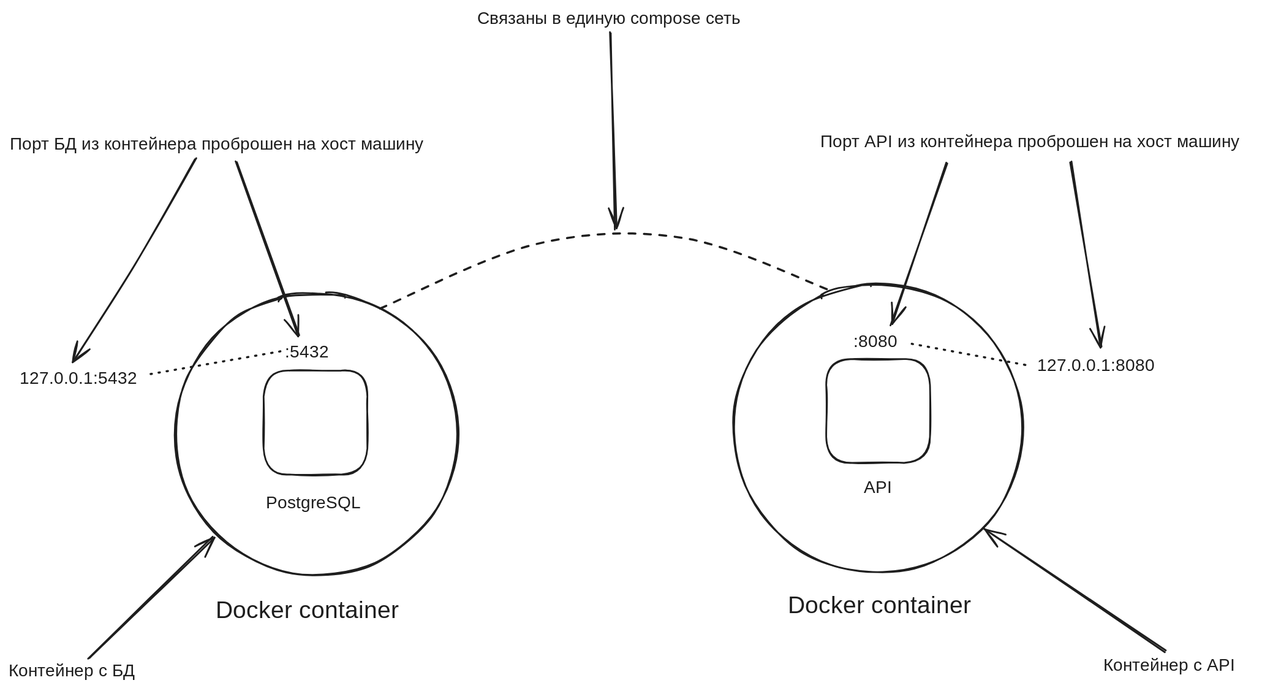
Before: docs/architecture-runtime.excalidraw.svg, a diagram exported from Excalidraw (rbx0o/go-todo-api). Source tidied: one line per element, renumbered; positions are measured from the earlier drawing's top-left corner, leaving out a move shared by most shapes. The source it was exported from:
```json
{"id": 0, "type": "ellipse", "strokeColor": "#1e1e1e", "strokeWidth": 2, "roughness": 1, "round": true, "x": 194, "y": 331, "width": 330, "height": 330}
{"id": 1, "type": "text", "text": "Docker container", "strokeColor": "#1e1e1e", "strokeWidth": 2, "roughness": 1, "fontSize": 28, "fontFamily": 5, "x": 241, "y": 686, "width": 231, "height": 35}
{"id": 2, "type": "ellipse", "strokeColor": "#1e1e1e", "strokeWidth": 2, "roughness": 1, "round": true, "x": 845, "y": 321, "width": 337, "height": 337}
{"id": 3, "type": "text", "text": "Docker container", "strokeColor": "#1e1e1e", "strokeWidth": 2, "roughness": 1, "fontSize": 28, "fontFamily": 5, "x": 908, "y": 680, "width": 231, "height": 35}
{"id": 4, "type": "text", "text": "Контейнер с БД", "strokeColor": "#1e1e1e", "strokeWidth": 2, "roughness": 1, "fontSize": 20, "fontFamily": 5, "x": 0, "y": 760, "width": 151, "height": 25}
{"id": 5, "type": "arrow", "strokeColor": "#1e1e1e", "strokeWidth": 2, "roughness": 1, "endArrowhead": "arrow", "round": true, "from": 4, "to": 0, "x": 94, "y": 757, "width": 145, "height": 141, "points": [[0, 0], [145, -141]]}
{"id": 6, "type": "text", "text": "Контейнер с API", "strokeColor": "#1e1e1e", "strokeWidth": 2, "roughness": 1, "fontSize": 20, "fontFamily": 5, "x": 1276, "y": 754, "width": 162, "height": 25}
{"id": 7, "type": "arrow", "strokeColor": "#1e1e1e", "strokeWidth": 2, "roughness": 1, "endArrowhead": "arrow", "round": true, "from": 6, "to": 2, "x": 1348, "y": 749, "width": 212, "height": 143, "points": [[0, 0], [-212, -143]]}
{"id": 8, "type": "arrow", "strokeColor": "#1e1e1e", "strokeWidth": 2, "strokeStyle": "dashed", "roughness": 1, "round": true, "from": 0, "to": 2, "x": 434, "y": 349, "width": 524, "height": 81, "points": [[0, 0], [181, -74], [354, -81], [524, -20]]}
{"id": 9, "type": "text", "text": "Связаны в единую compose сеть", "strokeColor": "#1e1e1e", "strokeWidth": 2, "strokeStyle": "dashed", "roughness": 1, "fontSize": 20, "fontFamily": 5, "x": 546, "y": 0, "width": 311, "height": 25}
{"id": 10, "type": "arrow", "strokeColor": "#1e1e1e", "strokeWidth": 2, "roughness": 1, "endArrowhead": "arrow", "round": true, "from": 9, "x": 701, "y": 29, "width": 7, "height": 228, "points": [[0, 0], [7, 228]]}
{"id": 11, "type": "rectangle", "strokeColor": "#1e1e1e", "strokeWidth": 2, "roughness": 1, "round": true, "x": 297, "y": 422, "width": 121, "height": 121}
{"id": 12, "type": "text", "text": "PostgreSQL", "strokeColor": "#1e1e1e", "strokeWidth": 2, "roughness": 1, "fontSize": 20, "fontFamily": 5, "x": 300, "y": 565, "width": 116, "height": 25}
{"id": 13, "type": "text", "text": ":5432", "strokeColor": "#1e1e1e", "strokeWidth": 2, "roughness": 1, "fontSize": 20, "fontFamily": 5, "x": 322, "y": 389, "width": 55, "height": 25}
{"id": 14, "type": "text", "text": "127.0.0.1:5432", "strokeColor": "#1e1e1e", "strokeWidth": 2, "roughness": 1, "fontSize": 20, "fontFamily": 5, "x": 12, "y": 420, "width": 139, "height": 25}
{"id": 15, "type": "arrow", "strokeColor": "#1e1e1e", "strokeWidth": 2, "strokeStyle": "dotted", "roughness": 1, "round": true, "from": 13, "to": 14, "x": 316, "y": 400, "width": 156, "height": 26, "points": [[0, 0], [-156, 26]]}
{"id": 16, "type": "text", "text": "Порт БД из контейнера проброшен на хост машину", "strokeColor": "#1e1e1e", "strokeWidth": 2, "strokeStyle": "dotted", "roughness": 1, "fontSize": 20, "fontFamily": 5, "x": 1, "y": 147, "width": 493, "height": 25}
{"id": 17, "type": "arrow", "strokeColor": "#1e1e1e", "strokeWidth": 2, "roughness": 1, "endArrowhead": "arrow", "round": true, "from": 16, "to": 14, "x": 218, "y": 176, "width": 142, "height": 236, "points": [[0, 0], [-71, 123], [-142, 236]]}
{"id": 18, "type": "arrow", "strokeColor": "#1e1e1e", "strokeWidth": 2, "roughness": 1, "endArrowhead": "arrow", "round": true, "from": 16, "to": 13, "x": 266, "y": 179, "width": 73, "height": 202, "points": [[0, 0], [73, 202]]}
{"id": 19, "type": "rectangle", "strokeColor": "#1e1e1e", "strokeWidth": 2, "roughness": 1, "round": true, "x": 953, "y": 408, "width": 121, "height": 121}
{"id": 20, "type": "text", "text": "API", "strokeColor": "#1e1e1e", "strokeWidth": 2, "roughness": 1, "fontSize": 20, "fontFamily": 5, "x": 997, "y": 547, "width": 38, "height": 25}
{"id": 21, "type": "text", "text": ":8080", "strokeColor": "#1e1e1e", "strokeWidth": 2, "roughness": 1, "fontSize": 20, "fontFamily": 5, "x": 985, "y": 377, "width": 57, "height": 25}
{"id": 22, "type": "text", "text": "127.0.0.1:8080", "strokeColor": "#1e1e1e", "strokeWidth": 2, "roughness": 1, "fontSize": 20, "fontFamily": 5, "x": 1199, "y": 405, "width": 141, "height": 25}
{"id": 23, "type": "arrow", "strokeColor": "#1e1e1e", "strokeWidth": 2, "strokeStyle": "dotted", "roughness": 1, "round": true, "from": 21, "to": 22, "x": 1052, "y": 391, "width": 135, "height": 24, "points": [[0, 0], [135, 24]]}
{"id": 24, "type": "text", "text": "Порт API из контейнера проброшен на хост машину", "strokeColor": "#1e1e1e", "strokeWidth": 2, "strokeStyle": "dotted", "roughness": 1, "fontSize": 20, "fontFamily": 5, "x": 947, "y": 144, "width": 504, "height": 25}
{"id": 25, "type": "arrow", "strokeColor": "#1e1e1e", "strokeWidth": 2, "roughness": 1, "endArrowhead": "arrow", "round": true, "from": 24, "to": 21, "x": 1094, "y": 180, "width": 65, "height": 188, "points": [[0, 0], [-65, 188]]}
{"id": 26, "type": "arrow", "strokeColor": "#1e1e1e", "strokeWidth": 2, "roughness": 1, "endArrowhead": "arrow", "round": true, "from": 24, "to": 22, "x": 1239, "y": 179, "width": 36, "height": 216, "points": [[0, 0], [36, 216]]}
```
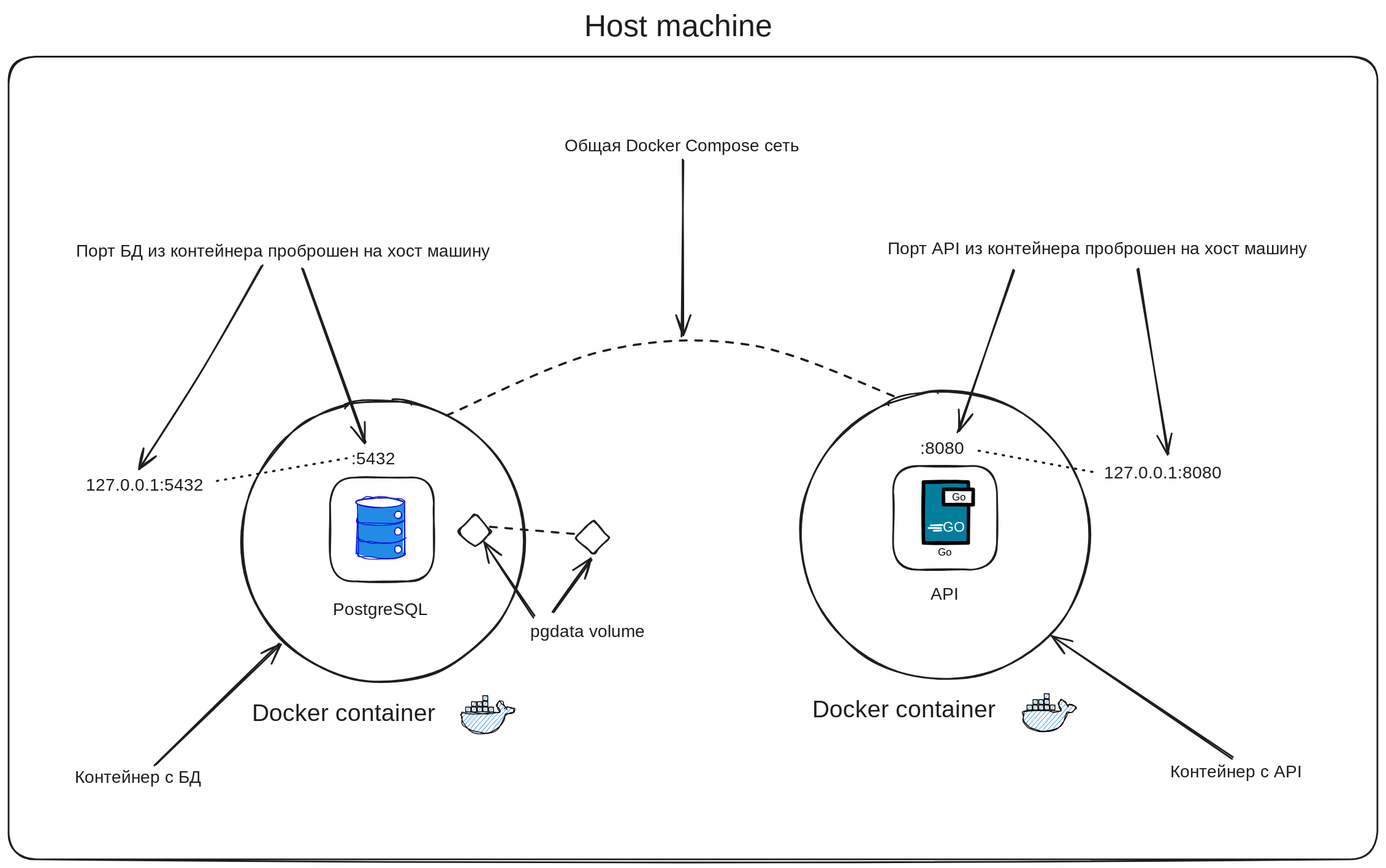
After the commit.

The edit, as a diff of the source:
```diff
@@ -1,14 +1,14 @@
 {"id": 0, "type": "ellipse", "strokeColor": "#1e1e1e", "strokeWidth": 2, "roughness": 1, "round": true, "x": 194, "y": 331, "width": 330, "height": 330}
-{"id": 1, "type": "text", "text": "Docker container", "strokeColor": "#1e1e1e", "strokeWidth": 2, "roughness": 1, "fontSize": 28, "fontFamily": 5, "x": 241, "y": 686, "width": 231, "height": 35}
+{"id": 1, "type": "text", "text": "Docker container", "strokeColor": "#1e1e1e", "strokeWidth": 2, "roughness": 1, "fontSize": 28, "fontFamily": 5, "x": 206, "y": 681, "width": 231, "height": 35}
 {"id": 2, "type": "ellipse", "strokeColor": "#1e1e1e", "strokeWidth": 2, "roughness": 1, "round": true, "x": 845, "y": 321, "width": 337, "height": 337}
-{"id": 3, "type": "text", "text": "Docker container", "strokeColor": "#1e1e1e", "strokeWidth": 2, "roughness": 1, "fontSize": 28, "fontFamily": 5, "x": 908, "y": 680, "width": 231, "height": 35}
+{"id": 3, "type": "text", "text": "Docker container", "strokeColor": "#1e1e1e", "strokeWidth": 2, "roughness": 1, "fontSize": 28, "fontFamily": 5, "x": 859, "y": 676, "width": 231, "height": 35}
 {"id": 4, "type": "text", "text": "Контейнер с БД", "strokeColor": "#1e1e1e", "strokeWidth": 2, "roughness": 1, "fontSize": 20, "fontFamily": 5, "x": 0, "y": 760, "width": 151, "height": 25}
 {"id": 5, "type": "arrow", "strokeColor": "#1e1e1e", "strokeWidth": 2, "roughness": 1, "endArrowhead": "arrow", "round": true, "from": 4, "to": 0, "x": 94, "y": 757, "width": 145, "height": 141, "points": [[0, 0], [145, -141]]}
 {"id": 6, "type": "text", "text": "Контейнер с API", "strokeColor": "#1e1e1e", "strokeWidth": 2, "roughness": 1, "fontSize": 20, "fontFamily": 5, "x": 1276, "y": 754, "width": 162, "height": 25}
 {"id": 7, "type": "arrow", "strokeColor": "#1e1e1e", "strokeWidth": 2, "roughness": 1, "endArrowhead": "arrow", "round": true, "from": 6, "to": 2, "x": 1348, "y": 749, "width": 212, "height": 143, "points": [[0, 0], [-212, -143]]}
 {"id": 8, "type": "arrow", "strokeColor": "#1e1e1e", "strokeWidth": 2, "strokeStyle": "dashed", "roughness": 1, "round": true, "from": 0, "to": 2, "x": 434, "y": 349, "width": 524, "height": 81, "points": [[0, 0], [181, -74], [354, -81], [524, -20]]}
-{"id": 9, "type": "text", "text": "Связаны в единую compose сеть", "strokeColor": "#1e1e1e", "strokeWidth": 2, "strokeStyle": "dashed", "roughness": 1, "fontSize": 20, "fontFamily": 5, "x": 546, "y": 0, "width": 311, "height": 25}
+{"id": 9, "type": "text", "text": "Общая Docker Compose сеть", "strokeColor": "#1e1e1e", "strokeWidth": 2, "strokeStyle": "dashed", "roughness": 1, "fontSize": 20, "fontFamily": 5, "x": 571, "y": 24, "width": 277, "height": 25}
-{"id": 10, "type": "arrow", "strokeColor": "#1e1e1e", "strokeWidth": 2, "roughness": 1, "endArrowhead": "arrow", "round": true, "from": 9, "x": 701, "y": 29, "width": 7, "height": 228, "points": [[0, 0], [7, 228]]}
+{"id": 10, "type": "arrow", "strokeColor": "#1e1e1e", "strokeWidth": 2, "roughness": 1, "endArrowhead": "arrow", "round": true, "from": 9, "x": 708, "y": 53, "width": 0, "height": 204, "points": [[0, 0], [0, 204]]}
 {"id": 11, "type": "rectangle", "strokeColor": "#1e1e1e", "strokeWidth": 2, "roughness": 1, "round": true, "x": 297, "y": 422, "width": 121, "height": 121}
 {"id": 12, "type": "text", "text": "PostgreSQL", "strokeColor": "#1e1e1e", "strokeWidth": 2, "roughness": 1, "fontSize": 20, "fontFamily": 5, "x": 300, "y": 565, "width": 116, "height": 25}
 {"id": 13, "type": "text", "text": ":5432", "strokeColor": "#1e1e1e", "strokeWidth": 2, "roughness": 1, "fontSize": 20, "fontFamily": 5, "x": 322, "y": 389, "width": 55, "height": 25}
@@ -25,3 +25,46 @@
 {"id": 24, "type": "text", "text": "Порт API из контейнера проброшен на хост машину", "strokeColor": "#1e1e1e", "strokeWidth": 2, "strokeStyle": "dotted", "roughness": 1, "fontSize": 20, "fontFamily": 5, "x": 947, "y": 144, "width": 504, "height": 25}
 {"id": 25, "type": "arrow", "strokeColor": "#1e1e1e", "strokeWidth": 2, "roughness": 1, "endArrowhead": "arrow", "round": true, "from": 24, "to": 21, "x": 1094, "y": 180, "width": 65, "height": 188, "points": [[0, 0], [-65, 188]]}
 {"id": 26, "type": "arrow", "strokeColor": "#1e1e1e", "strokeWidth": 2, "roughness": 1, "endArrowhead": "arrow", "round": true, "from": 24, "to": 22, "x": 1239, "y": 179, "width": 36, "height": 216, "points": [[0, 0], [36, 216]]}
+{"id": 27, "type": "rectangle", "strokeColor": "#1e1e1e", "strokeWidth": 2, "roughness": 1, "round": true, "x": -77, "y": -69, "width": 1595, "height": 936}
+{"id": 28, "type": "text", "text": "Host machine", "strokeColor": "#1e1e1e", "strokeWidth": 2, "roughness": 1, "fontSize": 36, "fontFamily": 5, "x": 594, "y": -125, "width": 226, "height": 45}
+{"id": 29, "type": "diamond", "strokeColor": "#1e1e1e", "strokeWidth": 2, "roughness": 1, "round": true, "x": 583, "y": 471, "width": 40, "height": 40}
+{"id": 30, "type": "diamond", "strokeColor": "#1e1e1e", "strokeWidth": 2, "roughness": 1, "round": true, "x": 445, "y": 464, "width": 40, "height": 40}
+{"id": 31, "type": "text", "text": "pgdata volume", "strokeColor": "#1e1e1e", "strokeWidth": 2, "roughness": 1, "fontSize": 20, "fontFamily": 5, "x": 530, "y": 590, "width": 138, "height": 25}
+{"id": 32, "type": "arrow", "strokeColor": "#1e1e1e", "strokeWidth": 2, "roughness": 1, "endArrowhead": "arrow", "round": true, "from": 31, "to": 30, "x": 535, "y": 584, "width": 58, "height": 86, "points": [[0, 0], [-58, -86]]}
+{"id": 33, "type": "arrow", "strokeColor": "#1e1e1e", "strokeWidth": 2, "roughness": 1, "endArrowhead": "arrow", "round": true, "from": 31, "to": 29, "x": 557, "y": 578, "width": 45, "height": 61, "points": [[0, 0], [45, -61]]}
+{"id": 34, "type": "arrow", "strokeColor": "#1e1e1e", "strokeWidth": 2, "strokeStyle": "dashed", "roughness": 1, "round": true, "from": 30, "to": 29, "x": 484, "y": 479, "width": 99, "height": 9, "points": [[0, 0], [99, 9]]}
+{"id": 35, "type": "line", "strokeColor": "#0a11d3", "backgroundColor": "#228be6", "fillStyle": "solid", "strokeWidth": 1, "roughness": 1, "round": true, "x": 328, "y": 451, "width": 55, "height": 72, "points": [[0, 0], [0, 54], [0, 60], [3, 63], [13, 65], [30, 66], [46, 65], [54, 62], [55, 60], [55, 55], [55, 5], [55, 0], [51, -3], [44, -4], [27, -6], [13, -5], [2, -2], [0, 0], [0, 0]]}
+{"id": 36, "type": "line", "strokeColor": "#0a11d3", "strokeWidth": 1, "roughness": 1, "round": true, "x": 329, "y": 492, "width": 55, "height": 6, "points": [[0, 0], [1, 2], [8, 5], [16, 6], [29, 6], [45, 5], [54, 2], [55, 0]]}
+{"id": 37, "type": "line", "strokeColor": "#0a11d3", "strokeWidth": 1, "roughness": 1, "round": true, "x": 328, "y": 471, "width": 55, "height": 6, "points": [[0, 0], [1, 2], [8, 5], [16, 6], [29, 6], [45, 5], [54, 2], [55, 0]]}
+{"id": 38, "type": "ellipse", "strokeColor": "#0a11d3", "backgroundColor": "#fff", "fillStyle": "solid", "strokeWidth": 1, "roughness": 1, "x": 327, "y": 446, "width": 55, "height": 11}
+{"id": 39, "type": "ellipse", "strokeColor": "#0a11d3", "backgroundColor": "#fff", "fillStyle": "solid", "strokeWidth": 1, "roughness": 1, "x": 372, "y": 461, "width": 8, "height": 9}
+{"id": 40, "type": "ellipse", "strokeColor": "#0a11d3", "backgroundColor": "#fff", "fillStyle": "solid", "strokeWidth": 1, "roughness": 1, "x": 372, "y": 480, "width": 8, "height": 9}
+{"id": 41, "type": "ellipse", "strokeColor": "#0a11d3", "backgroundColor": "#fff", "fillStyle": "solid", "strokeWidth": 1, "roughness": 1, "x": 372, "y": 501, "width": 8, "height": 9}
+{"id": 42, "type": "line", "strokeColor": "#000000", "backgroundColor": "#228be6", "fillStyle": "hachure", "strokeWidth": 1, "roughness": 1, "round": true, "x": 502, "y": 691, "width": 62, "height": 37, "points": [[0, 0], [-1, -4], [-4, -7], [-8, -8], [-9, -4], [-8, 0], [-6, 4], [-10, 5], [-17, 5], [-25, 5], [-44, 5], [-51, 6], [-52, 10], [-50, 17], [-44, 24], [-38, 27], [-31, 29], [-20, 28], [-11, 24], [-5, 19], [-1, 12], [0, 7], [4, 7], [9, 5], [11, 2], [7, -1], [3, -1], [0, 0]]}
+{"id": 43, "type": "rectangle", "strokeColor": "#000000", "backgroundColor": "#228be6", "fillStyle": "hachure", "strokeWidth": 1, "roughness": 1, "x": 455, "y": 690, "width": 6, "height": 6}
+{"id": 44, "type": "rectangle", "strokeColor": "#000000", "backgroundColor": "#228be6", "fillStyle": "hachure", "strokeWidth": 1, "roughness": 1, "x": 462, "y": 689, "width": 6, "height": 6}
+{"id": 45, "type": "rectangle", "strokeColor": "#000000", "backgroundColor": "#228be6", "fillStyle": "hachure", "strokeWidth": 1, "roughness": 1, "x": 469, "y": 690, "width": 6, "height": 6}
+{"id": 46, "type": "rectangle", "strokeColor": "#000000", "backgroundColor": "#228be6", "fillStyle": "hachure", "strokeWidth": 1, "roughness": 1, "x": 475, "y": 689, "width": 6, "height": 6}
+{"id": 47, "type": "rectangle", "strokeColor": "#000000", "backgroundColor": "#228be6", "fillStyle": "hachure", "strokeWidth": 1, "roughness": 1, "x": 482, "y": 690, "width": 6, "height": 6}
+{"id": 48, "type": "rectangle", "strokeColor": "#000000", "backgroundColor": "#228be6", "fillStyle": "hachure", "strokeWidth": 1, "roughness": 1, "x": 475, "y": 683, "width": 6, "height": 6}
+{"id": 49, "type": "rectangle", "strokeColor": "#000000", "backgroundColor": "#228be6", "fillStyle": "hachure", "strokeWidth": 1, "roughness": 1, "x": 469, "y": 683, "width": 5, "height": 5}
+{"id": 50, "type": "rectangle", "strokeColor": "#000000", "backgroundColor": "#228be6", "fillStyle": "hachure", "strokeWidth": 1, "roughness": 1, "x": 462, "y": 683, "width": 5, "height": 5}
+{"id": 51, "type": "rectangle", "strokeColor": "#000000", "backgroundColor": "#228be6", "fillStyle": "hachure", "strokeWidth": 1, "roughness": 1, "x": 475, "y": 676, "width": 6, "height": 6}
+{"id": 52, "type": "line", "strokeColor": "#000000", "backgroundColor": "#228be6", "fillStyle": "hachure", "strokeWidth": 1, "roughness": 1, "round": true, "x": 1156, "y": 689, "width": 62, "height": 37, "points": [[0, 0], [-1, -4], [-4, -7], [-8, -8], [-9, -4], [-8, 0], [-6, 4], [-10, 5], [-17, 5], [-25, 5], [-44, 5], [-51, 6], [-52, 10], [-50, 17], [-44, 24], [-38, 27], [-31, 29], [-20, 28], [-11, 24], [-5, 19], [-1, 12], [0, 7], [4, 7], [9, 5], [11, 2], [7, -1], [3, -1], [0, 0]]}
+{"id": 53, "type": "rectangle", "strokeColor": "#000000", "backgroundColor": "#228be6", "fillStyle": "hachure", "strokeWidth": 1, "roughness": 1, "x": 1109, "y": 687, "width": 6, "height": 6}
+{"id": 54, "type": "rectangle", "strokeColor": "#000000", "backgroundColor": "#228be6", "fillStyle": "hachure", "strokeWidth": 1, "roughness": 1, "x": 1116, "y": 687, "width": 6, "height": 6}
+{"id": 55, "type": "rectangle", "strokeColor": "#000000", "backgroundColor": "#228be6", "fillStyle": "hachure", "strokeWidth": 1, "roughness": 1, "x": 1123, "y": 687, "width": 6, "height": 6}
+{"id": 56, "type": "rectangle", "strokeColor": "#000000", "backgroundColor": "#228be6", "fillStyle": "hachure", "strokeWidth": 1, "roughness": 1, "x": 1130, "y": 687, "width": 6, "height": 6}
+{"id": 57, "type": "rectangle", "strokeColor": "#000000", "backgroundColor": "#228be6", "fillStyle": "hachure", "strokeWidth": 1, "roughness": 1, "x": 1136, "y": 687, "width": 6, "height": 6}
+{"id": 58, "type": "rectangle", "strokeColor": "#000000", "backgroundColor": "#228be6", "fillStyle": "hachure", "strokeWidth": 1, "roughness": 1, "x": 1129, "y": 681, "width": 6, "height": 6}
+{"id": 59, "type": "rectangle", "strokeColor": "#000000", "backgroundColor": "#228be6", "fillStyle": "hachure", "strokeWidth": 1, "roughness": 1, "x": 1123, "y": 681, "width": 5, "height": 5}
+{"id": 60, "type": "rectangle", "strokeColor": "#000000", "backgroundColor": "#228be6", "fillStyle": "hachure", "strokeWidth": 1, "roughness": 1, "x": 1116, "y": 681, "width": 5, "height": 5}
+{"id": 61, "type": "rectangle", "strokeColor": "#000000", "backgroundColor": "#228be6", "fillStyle": "hachure", "strokeWidth": 1, "roughness": 1, "x": 1129, "y": 674, "width": 6, "height": 6}
+{"id": 62, "type": "text", "text": "Go", "strokeColor": "#000", "backgroundColor": "#edf2f9", "fillStyle": "solid", "strokeWidth": 4, "roughness": 1, "fontSize": 11.88, "fontFamily": 1, "x": 1005, "y": 502, "width": 17, "height": 15}
+{"id": 63, "type": "rectangle", "strokeColor": "#000000", "backgroundColor": "#037d9c", "fillStyle": "solid", "strokeWidth": 4, "roughness": 1, "x": 989, "y": 427, "width": 52, "height": 71}
+{"id": 64, "type": "rectangle", "strokeColor": "#000000", "backgroundColor": "#fff", "fillStyle": "solid", "strokeWidth": 4, "roughness": 1, "x": 1012, "y": 436, "width": 35, "height": 18}
+{"id": 65, "type": "text", "text": "Go", "strokeColor": "#000000", "backgroundColor": "#fff", "fillStyle": "solid", "strokeWidth": 4, "roughness": 1, "fontSize": 11.88, "fontFamily": 1, "x": 1022, "y": 438, "width": 17, "height": 15}
+{"id": 66, "type": "text", "text": "GO", "strokeColor": "#fff", "backgroundColor": "#fff", "fillStyle": "solid", "strokeWidth": 4, "roughness": 1, "fontSize": 16.63, "fontFamily": 1, "x": 1011, "y": 470, "width": 26, "height": 21}
+{"id": 67, "type": "line", "strokeColor": "#fff", "backgroundColor": "#037d9c", "fillStyle": "solid", "strokeWidth": 2, "roughness": 1, "x": 994, "y": 481, "width": 15, "height": 0, "points": [[0, 0], [15, 0]]}
+{"id": 68, "type": "line", "strokeColor": "#fff", "backgroundColor": "#037d9c", "fillStyle": "solid", "strokeWidth": 2, "roughness": 1, "x": 1001, "y": 484, "width": 9, "height": 0, "points": [[0, 0], [9, 0]]}
+{"id": 69, "type": "line", "strokeColor": "#fff", "backgroundColor": "#037d9c", "fillStyle": "solid", "strokeWidth": 2, "roughness": 1, "x": 997, "y": 478, "width": 13, "height": 0, "points": [[0, 0], [13, 0]]}
```
